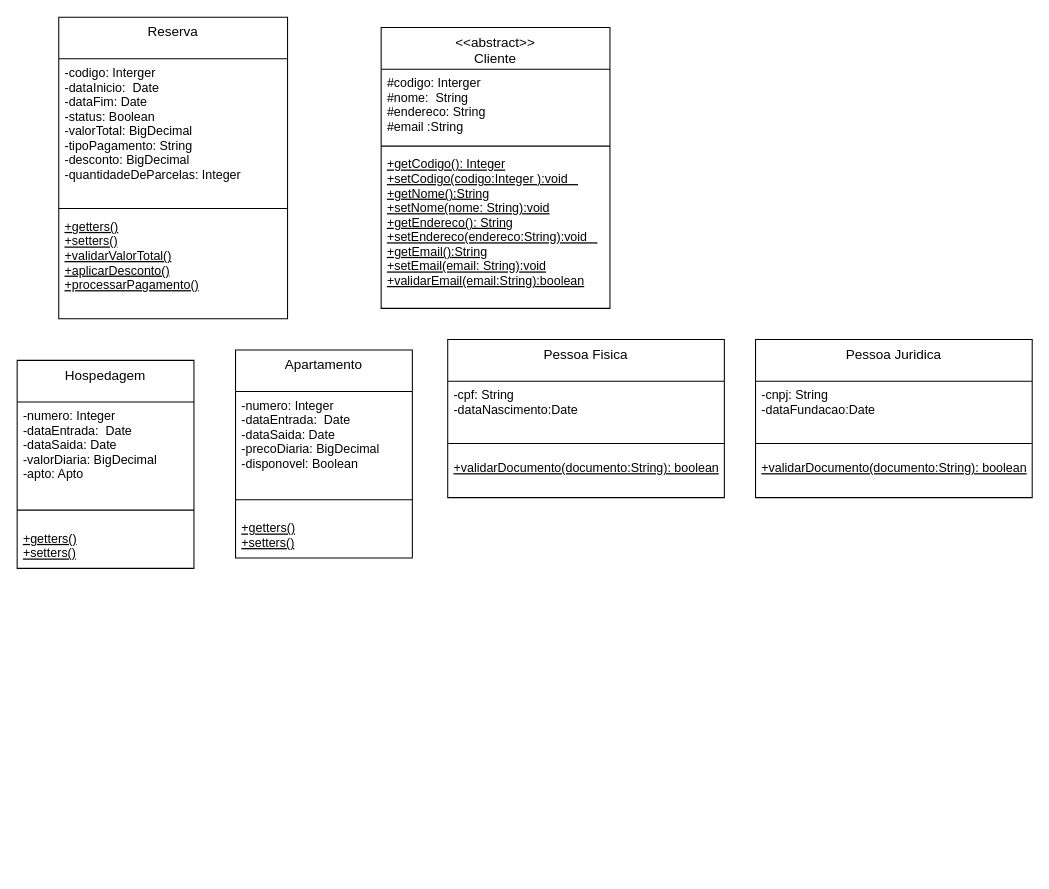
Above: Diagrama sem nome.drawio in DanySanches/Lista1TesteSoftware (draw.io), before the change. Source tidied: cells renumbered, new cells numbered last; positions are measured from the earlier drawing's top-left corner, leaving out a move shared by most shapes. Both pictures are drawn from the tidied source at 104%, with x=0, y=0 at pixel (17, 17).
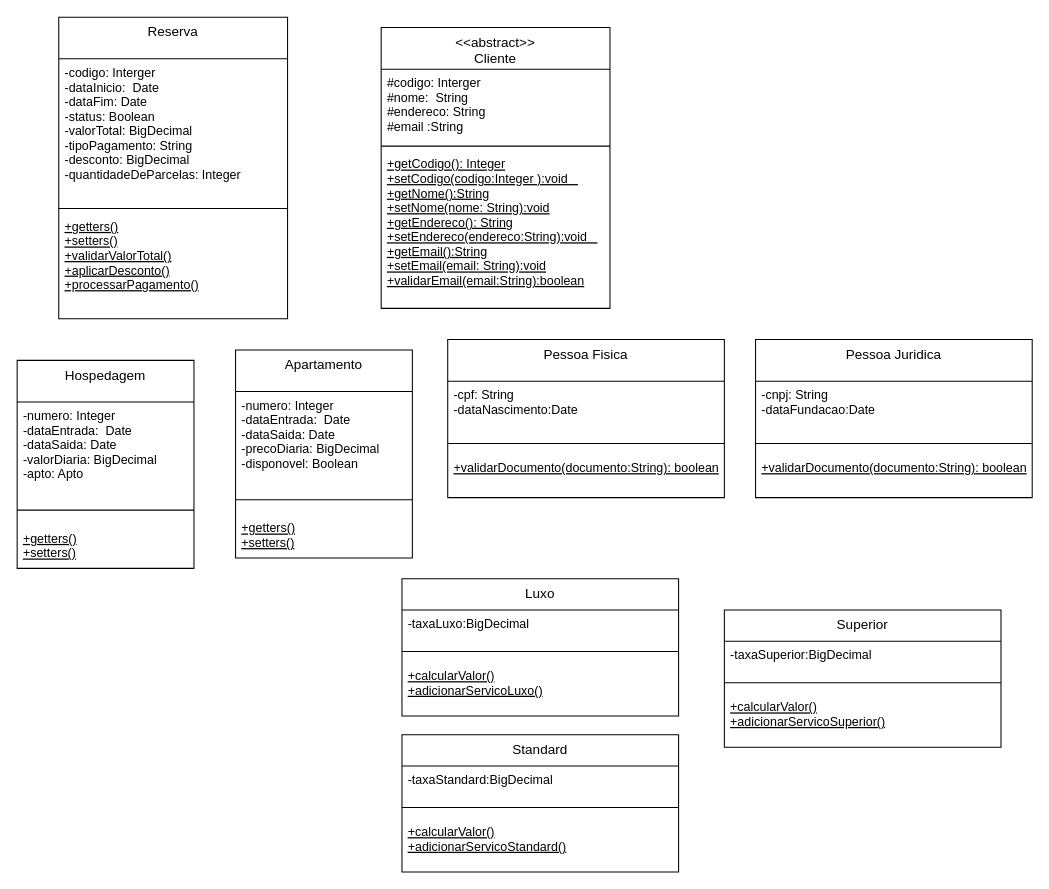
The same diagram, later.

Change to the diagram source:
```diff
@@
+    <mxCell id="26" value="Luxo" style="swimlane;fontStyle=0;align=center;verticalAlign=top;horizontal=1;startSize=30;rounded=0;shadow=0;strokeWidth=1;fontSize=13;" parent="1" vertex="1">
+      <mxGeometry x="370" y="540" width="266" height="132" as="geometry" />
+    </mxCell>
+    <mxCell id="27" value="-taxaLuxo:BigDecimal" style="text;align=left;verticalAlign=top;spacingLeft=4;spacingRight=4;overflow=hidden;" parent="26" vertex="1">
+      <mxGeometry y="30" width="266" height="30" as="geometry" />
+    </mxCell>
+    <mxCell id="28" style="line;html=1;strokeWidth=1;align=left;verticalAlign=middle;spacingTop=-1;spacingLeft=3;spacingRight=3;labelPosition=right;" parent="26" vertex="1">
+      <mxGeometry y="60" width="266" height="20" as="geometry" />
+    </mxCell>
+    <mxCell id="29" value="+calcularValor()&#10;+adicionarServicoLuxo()" style="text;align=left;verticalAlign=top;spacingLeft=4;spacingRight=4;overflow=hidden;fontStyle=4;" parent="26" vertex="1">
+      <mxGeometry y="80" width="266" height="42" as="geometry" />
+    </mxCell>
+    <mxCell id="30" value="Superior" style="swimlane;fontStyle=0;align=center;verticalAlign=top;horizontal=1;startSize=30;rounded=0;shadow=0;strokeWidth=1;fontSize=13;" parent="1" vertex="1">
+      <mxGeometry x="680" y="570" width="266" height="132" as="geometry" />
+    </mxCell>
+    <mxCell id="31" value="-taxaSuperior:BigDecimal" style="text;align=left;verticalAlign=top;spacingLeft=4;spacingRight=4;overflow=hidden;" parent="30" vertex="1">
+      <mxGeometry y="30" width="266" height="30" as="geometry" />
+    </mxCell>
+    <mxCell id="32" style="line;html=1;strokeWidth=1;align=left;verticalAlign=middle;spacingTop=-1;spacingLeft=3;spacingRight=3;labelPosition=right;" parent="30" vertex="1">
+      <mxGeometry y="60" width="266" height="20" as="geometry" />
+    </mxCell>
+    <mxCell id="33" value="+calcularValor()&#10;+adicionarServicoSuperior()" style="text;align=left;verticalAlign=top;spacingLeft=4;spacingRight=4;overflow=hidden;fontStyle=4;" parent="30" vertex="1">
+      <mxGeometry y="80" width="266" height="42" as="geometry" />
+    </mxCell>
+    <mxCell id="34" value="Standard" style="swimlane;fontStyle=0;align=center;verticalAlign=top;horizontal=1;startSize=30;rounded=0;shadow=0;strokeWidth=1;fontSize=13;" parent="1" vertex="1">
+      <mxGeometry x="370" y="690" width="266" height="132" as="geometry" />
+    </mxCell>
+    <mxCell id="35" value="-taxaStandard:BigDecimal" style="text;align=left;verticalAlign=top;spacingLeft=4;spacingRight=4;overflow=hidden;" parent="34" vertex="1">
+      <mxGeometry y="30" width="266" height="30" as="geometry" />
+    </mxCell>
+    <mxCell id="36" style="line;html=1;strokeWidth=1;align=left;verticalAlign=middle;spacingTop=-1;spacingLeft=3;spacingRight=3;labelPosition=right;" parent="34" vertex="1">
+      <mxGeometry y="60" width="266" height="20" as="geometry" />
+    </mxCell>
+    <mxCell id="37" value="+calcularValor()&#10;+adicionarServicoStandard()" style="text;align=left;verticalAlign=top;spacingLeft=4;spacingRight=4;overflow=hidden;fontStyle=4;" parent="34" vertex="1">
+      <mxGeometry y="80" width="266" height="42" as="geometry" />
+    </mxCell>
```
